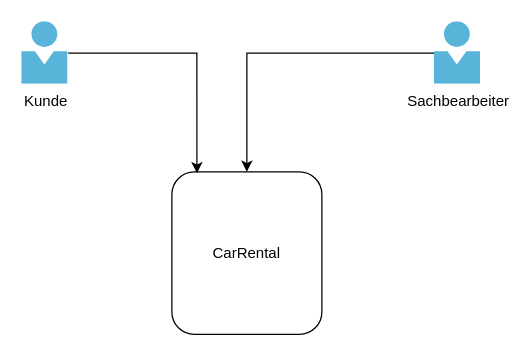
The draw.io diagram docs/contextDiagram.drawio in faesslerm/carrental, before the edit. Source tidied: cells renumbered, new cells numbered last; positions are measured from the earlier drawing's top-left corner, leaving out a move shared by most shapes. Both pictures are drawn from the tidied source at 125%, with x=0, y=0 at pixel (21, 21).
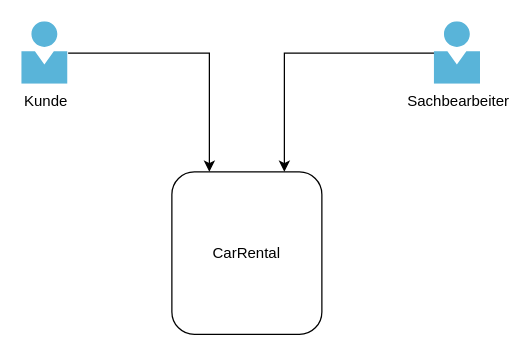
The same page after the edit.

Diff of the diagram source:
```diff
@@
 <mxGraphModel>
   <root>
     <mxCell id="0" />
     <mxCell id="1" parent="0" />
     <mxCell id="2" value="CarRental" style="rounded=1;whiteSpace=wrap;html=1;" parent="1" vertex="1">
       <mxGeometry x="120" y="120" width="120" height="130" as="geometry" />
     </mxCell>
-    <mxCell id="3" style="edgeStyle=orthogonalEdgeStyle;rounded=0;jettySize=auto;html=1;entryX=0.5;entryY=0;entryDx=0;entryDy=0;" parent="1" edge="1" source="4" target="2">
-      <mxGeometry relative="1" as="geometry" />
+    <mxCell id="3" style="edgeStyle=orthogonalEdgeStyle;rounded=0;jettySize=auto;html=1;entryX=0.75;entryY=0;entryDx=0;entryDy=0;" parent="1" edge="1" source="4" target="2">
+      <mxGeometry relative="1" as="geometry">
+        <Array as="points">
+          <mxPoint x="210" y="25" />
+        </Array>
+      </mxGeometry>
     </mxCell>
     <mxCell id="4" value="Sachbearbeiter" style="sketch=0;html=1;points=[];align=center;image;fontSize=12;image=img/lib/mscae/Person.svg;" parent="1" vertex="1">
       <mxGeometry x="330" width="37" height="50" as="geometry" />
     </mxCell>
-    <mxCell id="5" style="edgeStyle=orthogonalEdgeStyle;rounded=0;jettySize=auto;html=1;entryX=0.167;entryY=0.008;entryDx=0;entryDy=0;entryPerimeter=0;" parent="1" edge="1" source="6" target="2">
+    <mxCell id="5" style="edgeStyle=orthogonalEdgeStyle;rounded=0;jettySize=auto;html=1;entryX=0.25;entryY=0;entryDx=0;entryDy=0;" parent="1" edge="1" source="6" target="2">
       <mxGeometry relative="1" as="geometry" />
     </mxCell>
     <mxCell id="6" value="Kunde" style="sketch=0;html=1;points=[];align=center;image;fontSize=12;image=img/lib/mscae/Person.svg;" parent="1" vertex="1">
       <mxGeometry width="37" height="50" as="geometry" />
     </mxCell>
   </root>
 </mxGraphModel>
```
